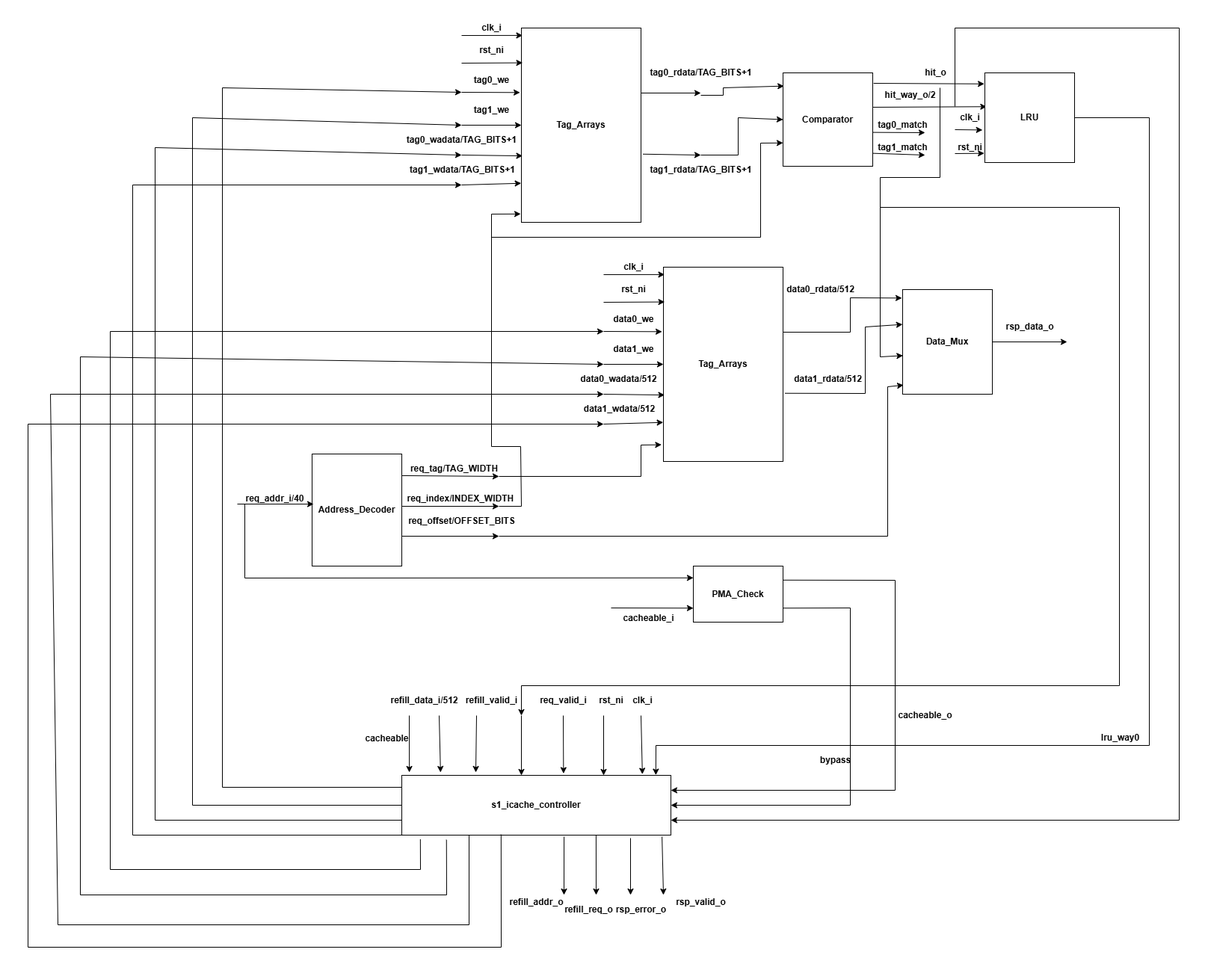
Before: s1_icache/s1_icache_datapath.drawio.png, a diagram exported from draw.io (MuhammadUsman0001/Project_Draft). Source tidied: cells renumbered, new cells last; positions are measured from the earlier drawing's top-left corner, leaving out a move shared by most shapes.
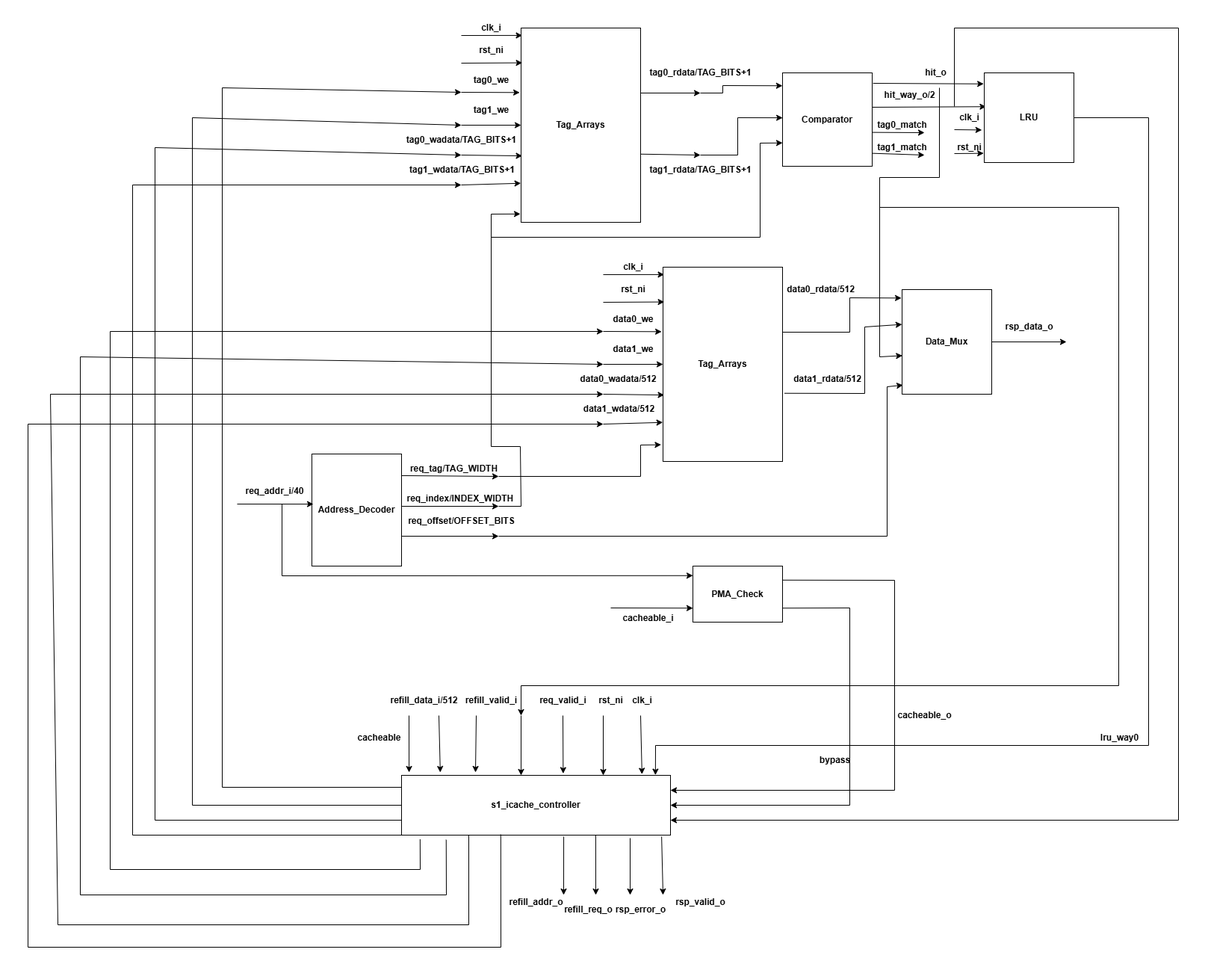
Above is the later version.

Commit message:
Add Tentative Datapath Design for I$

What changed in the source:
```diff
@@ -65,7 +65,7 @@
         <mxPoint x="900" y="87" as="targetPoint" />
       </mxGeometry>
     </mxCell>
-    <mxCell id="15" value="tag1_rdata/TAG_BITS+1" style="endArrow=classic;html=1;rounded=0;exitX=1.016;exitY=0.649;exitDx=0;exitDy=0;exitPerimeter=0;fontStyle=1;fontSize=12;labelBackgroundColor=none;fontColor=default;" parent="1" edge="1" source="7">
+    <mxCell id="15" value="tag1_rdata/TAG_BITS+1" style="endArrow=classic;html=1;rounded=0;exitX=1.003;exitY=0.649;exitDx=0;exitDy=0;exitPerimeter=0;fontStyle=1;fontSize=12;labelBackgroundColor=none;fontColor=default;" parent="1" edge="1" source="7">
       <mxGeometry x="1" y="-20" relative="1" as="geometry">
         <mxPoint x="900" y="170" as="targetPoint" />
         <mxPoint x="1" as="offset" />
@@ -146,16 +146,16 @@
     <mxCell id="27" value="Comparator" style="rounded=0;whiteSpace=wrap;html=1;fontStyle=1;fontSize=12;labelBackgroundColor=none;" parent="1" vertex="1">
       <mxGeometry x="1010" y="60" width="120" height="125" as="geometry" />
     </mxCell>
-    <mxCell id="28" style="endArrow=classic;html=1;rounded=0;entryX=0.01;entryY=0.141;entryDx=0;entryDy=0;entryPerimeter=0;fontStyle=1;fontSize=12;labelBackgroundColor=none;fontColor=default;" parent="1" edge="1" target="27">
+    <mxCell id="28" style="endArrow=classic;html=1;rounded=0;entryX=-0.001;entryY=0.138;entryDx=0;entryDy=0;entryPerimeter=0;fontStyle=1;fontSize=12;labelBackgroundColor=none;fontColor=default;" parent="1" edge="1" target="27">
       <mxGeometry relative="1" as="geometry">
-        <mxPoint x="900" y="90" as="sourcePoint" />
+        <mxPoint x="900" y="87" as="sourcePoint" />
         <Array as="points">
-          <mxPoint x="930" y="90" />
-          <mxPoint x="930" y="80" />
+          <mxPoint x="930" y="87" />
+          <mxPoint x="930" y="77" />
         </Array>
       </mxGeometry>
     </mxCell>
-    <mxCell id="29" style="endArrow=classic;html=1;rounded=0;entryX=0;entryY=0.5;entryDx=0;entryDy=0;fontStyle=1;fontSize=12;labelBackgroundColor=none;fontColor=default;" parent="1" edge="1" target="27">
+    <mxCell id="29" style="endArrow=classic;html=1;rounded=0;entryX=0.001;entryY=0.481;entryDx=0;entryDy=0;fontStyle=1;fontSize=12;labelBackgroundColor=none;fontColor=default;entryPerimeter=0;" parent="1" edge="1" target="27">
       <mxGeometry relative="1" as="geometry">
         <mxPoint x="900" y="170" as="sourcePoint" />
         <Array as="points">
@@ -288,13 +288,12 @@
       </mxGeometry>
     </mxCell>
     <mxCell id="50" value="cacheable" style="endArrow=classic;html=1;rounded=0;entryX=0.028;entryY=-0.05;entryDx=0;entryDy=0;entryPerimeter=0;fontStyle=1;fontSize=12;labelBackgroundColor=none;fontColor=default;" parent="1" edge="1" target="2">
-      <mxGeometry x="-0.21" y="-30" relative="1" as="geometry">
+      <mxGeometry x="-0.21" y="-40" relative="1" as="geometry">
         <mxPoint x="510" y="920" as="sourcePoint" />
-        <mxPoint y="1" as="offset" />
       </mxGeometry>
     </mxCell>
     <mxCell id="51" value="req_addr_i/40" style="endArrow=classic;html=1;rounded=0;entryX=0.017;entryY=0.447;entryDx=0;entryDy=0;entryPerimeter=0;fontStyle=1;fontSize=12;labelBackgroundColor=none;fontColor=default;" parent="1" edge="1" target="3">
-      <mxGeometry x="-0.02" y="7" relative="1" as="geometry">
+      <mxGeometry x="-0.02" y="17" relative="1" as="geometry">
         <mxPoint x="280" y="637" as="sourcePoint" />
       </mxGeometry>
     </mxCell>
@@ -405,10 +404,10 @@
     </mxCell>
     <mxCell id="65" style="endArrow=classic;html=1;rounded=0;entryX=0;entryY=0.25;entryDx=0;entryDy=0;fontStyle=1;fontSize=12;labelBackgroundColor=none;fontColor=default;" parent="1" edge="1">
       <mxGeometry relative="1" as="geometry">
-        <mxPoint x="290" y="637" as="sourcePoint" />
-        <mxPoint x="890" y="735.8" as="targetPoint" />
+        <mxPoint x="340" y="637" as="sourcePoint" />
+        <mxPoint x="890" y="732.8" as="targetPoint" />
         <Array as="points">
-          <mxPoint x="290" y="736" />
+          <mxPoint x="340" y="733" />
         </Array>
       </mxGeometry>
     </mxCell>
```
